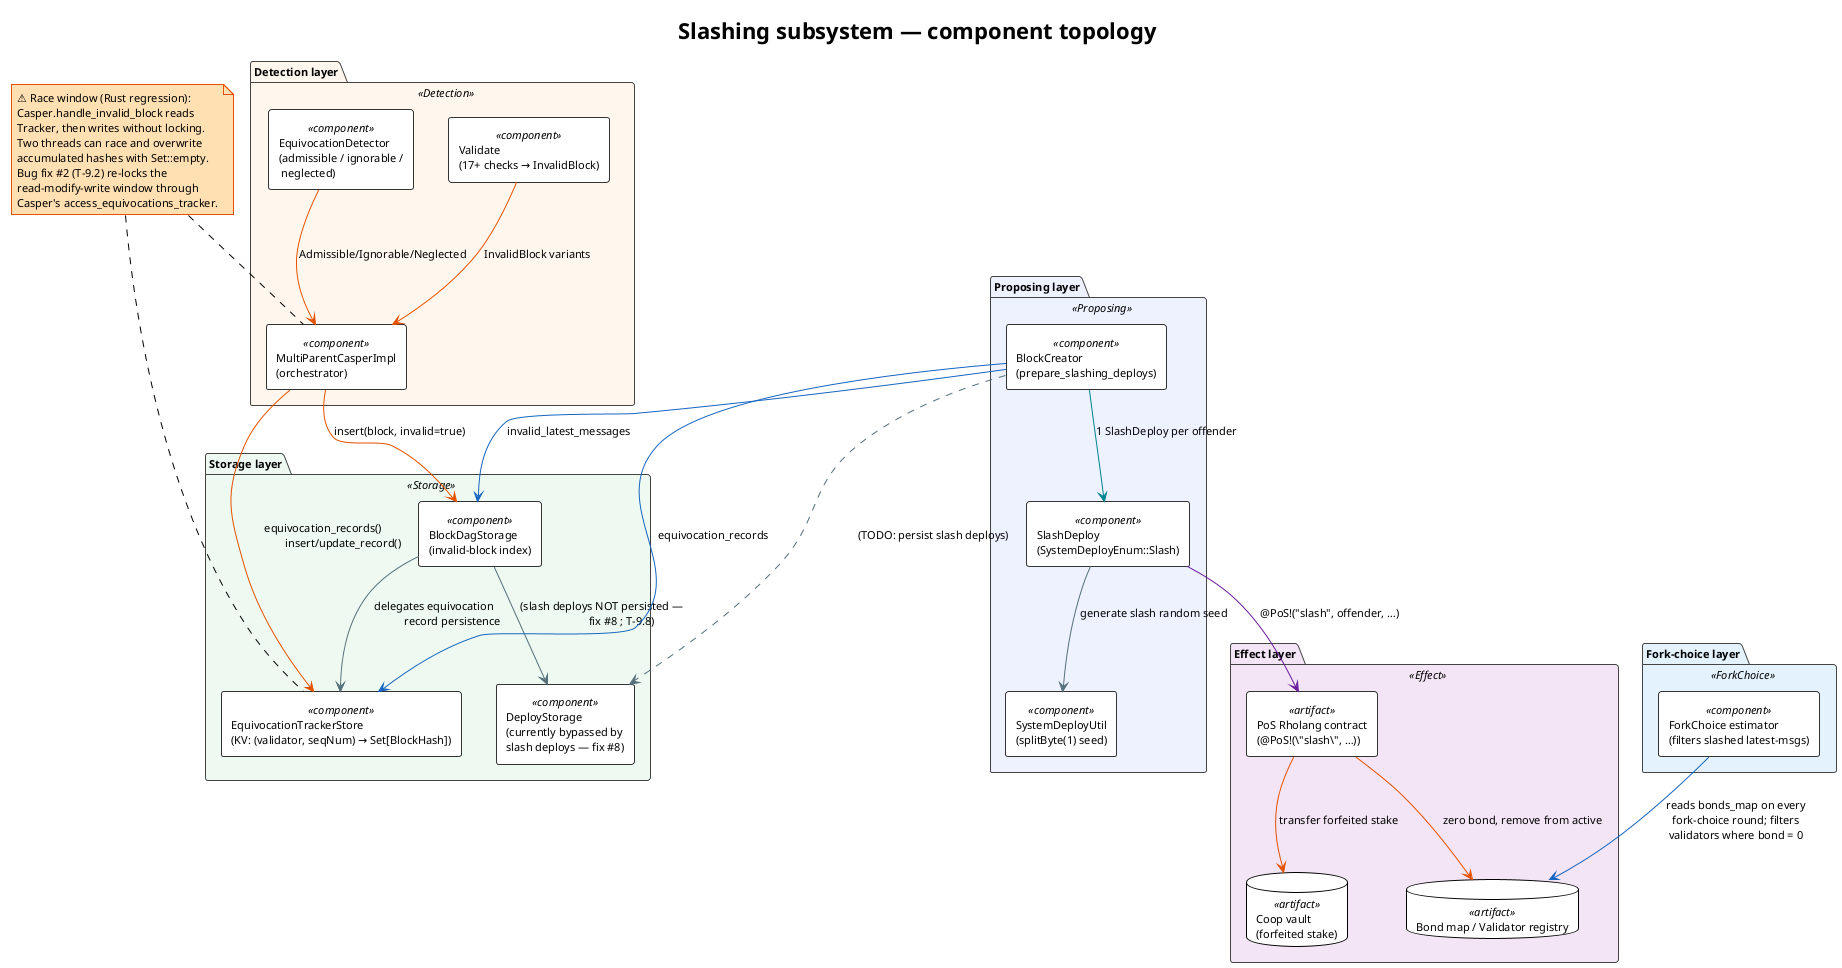
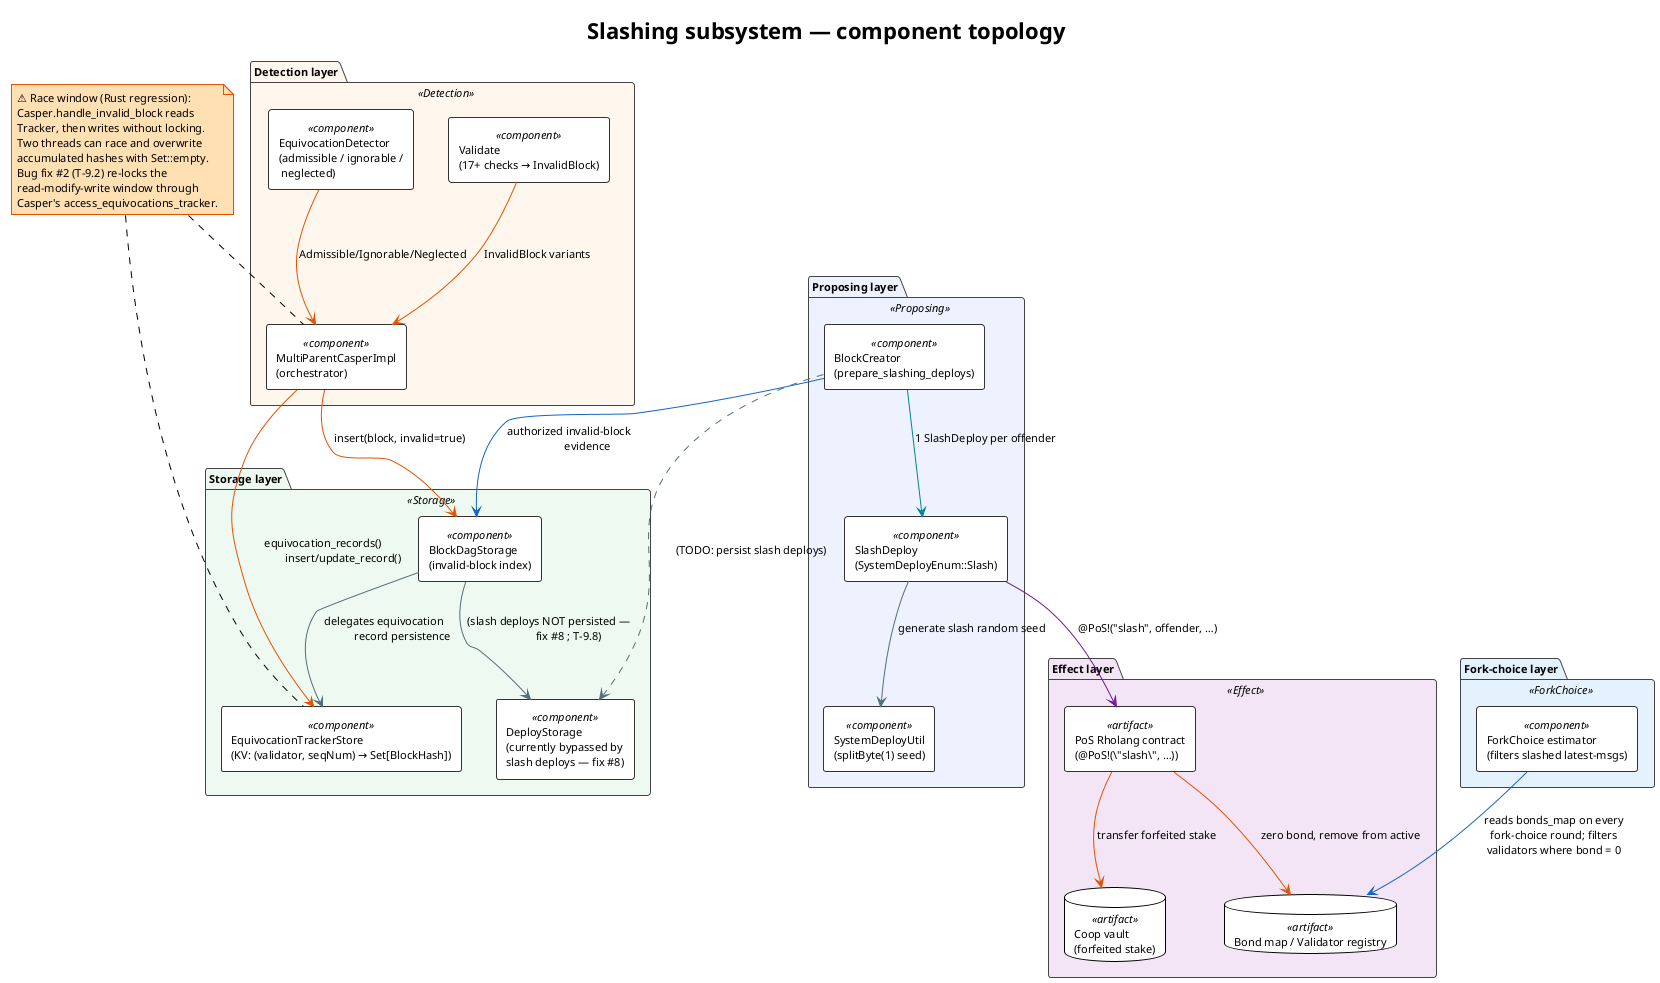
' Component Diagram 01 — Slashing subsystem topology.
'
' Shows all 11 components in the slashing pipeline (plus the Bond map and
' Coop vault data artifacts) and their dependencies.
' The orange (#FFE0B2) "race window" callout marks the lock-free surface
' that bug fix #2 closes.
'
' Source of truth for Figure 3.1 in docs/theory/slashing/slashing-specification.md.
'
' Render:
'   plantuml -tsvg docs/theory/slashing/diagrams/01-component-overview.puml

@startuml 01-component-overview
!theme plain

skinparam componentStyle rectangle
skinparam package {
  BackgroundColor<<Detection>>     #FFF7EE
  BackgroundColor<<Storage>>       #EEFAF1
  BackgroundColor<<Proposing>>     #EEF2FF
  BackgroundColor<<Effect>>        #F3E5F5
  BackgroundColor<<ForkChoice>>    #E3F2FD
  BorderColor #444444
}
skinparam component {
  BackgroundColor #FFFFFF
  BorderColor     #333333
}
skinparam note {
  BackgroundColor #FFE0B2
  BorderColor     #E65100
}
skinparam defaultFontName "sans-serif"
skinparam defaultFontSize 11

title Slashing subsystem — component topology

' Edge color legend (consistent across diagrams 02, 03, 04, 05, 09 sequence diagrams):
'   blue   (#1565C0) = read query (lookups, snapshots)
'   orange (#E65100) = detection verdict / record creation / slash effect
'   purple (#6A1B9A) = Rholang / system-deploy invocation
'   teal   (#00838F) = inter-component message
'   gray   (#546E7A) = internal delegation

package "Detection layer" <<Detection>> {
  component "Validate\n(17+ checks → InvalidBlock)"             <<component>> as Validate
  component "EquivocationDetector\n(admissible / ignorable /\n neglected)" <<component>> as Detector
  component "MultiParentCasperImpl\n(orchestrator)"             <<component>> as Casper
}

package "Storage layer" <<Storage>> {
  component "BlockDagStorage\n(invalid-block index)"            <<component>> as DagStore
  component "EquivocationTrackerStore\n(KV: (validator, seqNum) → Set[BlockHash])" <<component>> as Tracker
  component "DeployStorage\n(currently bypassed by\nslash deploys — fix #8)" <<component>> as DeployStore
}

package "Proposing layer" <<Proposing>> {
  component "BlockCreator\n(prepare_slashing_deploys)"          <<component>> as Creator
  component "SlashDeploy\n(SystemDeployEnum::Slash)"            <<component>> as SlashDep
  component "SystemDeployUtil\n(splitByte(1) seed)"             <<component>> as SysDepUtil
}

package "Effect layer" <<Effect>> {
  component "PoS Rholang contract\n(@PoS!(\"slash\", …))"       <<artifact>>  as PoS
  database  "Bond map / Validator registry"                     <<artifact>>  as Bonds
  database  "Coop vault\n(forfeited stake)"                     <<artifact>>  as Vault
}

package "Fork-choice layer" <<ForkChoice>> {
  component "ForkChoice estimator\n(filters slashed latest-msgs)" <<component>> as FC
}

' === Detection edges ===
Validate    -[#E65100]-> Casper       : InvalidBlock variants
Detector    -[#E65100]-> Casper       : Admissible/Ignorable/Neglected
Casper      -[#E65100]-> DagStore     : insert(block, invalid=true)
Casper      -[#E65100]-> Tracker      : equivocation_records()\n              insert/update_record()

note as RaceWindow
  ⚠ Race window (Rust regression):
  Casper.handle_invalid_block reads
  Tracker, then writes without locking.
  Two threads can race and overwrite
  accumulated hashes with Set::empty.
  Bug fix #2 (T-9.2) re-locks the
  read-modify-write window through
  Casper's access_equivocations_tracker.
end note
RaceWindow .. Casper
RaceWindow .. Tracker

' === Storage edges ===
DagStore  -[#546E7A]down-> Tracker    : delegates equivocation\n             record persistence
DagStore  -[#546E7A]down-> DeployStore : (slash deploys NOT persisted —\n              fix #8 ; T-9.8)

' === Proposing edges ===
- Creator     -[#1565C0]-> DagStore     : invalid_latest_messages
- Creator     -[#1565C0]-> Tracker      : equivocation_records
+ Creator     -[#1565C0]-> DagStore     : authorized invalid-block\n             evidence
Creator     -[#00838F]-> SlashDep     : 1 SlashDeploy per offender
SlashDep    -[#546E7A]-> SysDepUtil   : generate slash random seed
Creator     -[#546E7A,dashed]-> DeployStore  : (TODO: persist slash deploys)

' === Effect edges ===
SlashDep    -[#6A1B9A]-> PoS          : @PoS!("slash", offender, …)
PoS         -[#E65100]-> Bonds        : zero bond, remove from active
PoS         -[#E65100]-> Vault        : transfer forfeited stake

' === Fork-choice edge ===
' Direction is FC → Bonds (a *pull*): the estimator reads bonds_map on
' every fork-choice round and filters validators with bond = 0. PoS does
' not push a slashed-set notification.
FC          -[#1565C0]-> Bonds        : reads bonds_map on every\nfork-choice round; filters\nvalidators where bond = 0

@enduml
